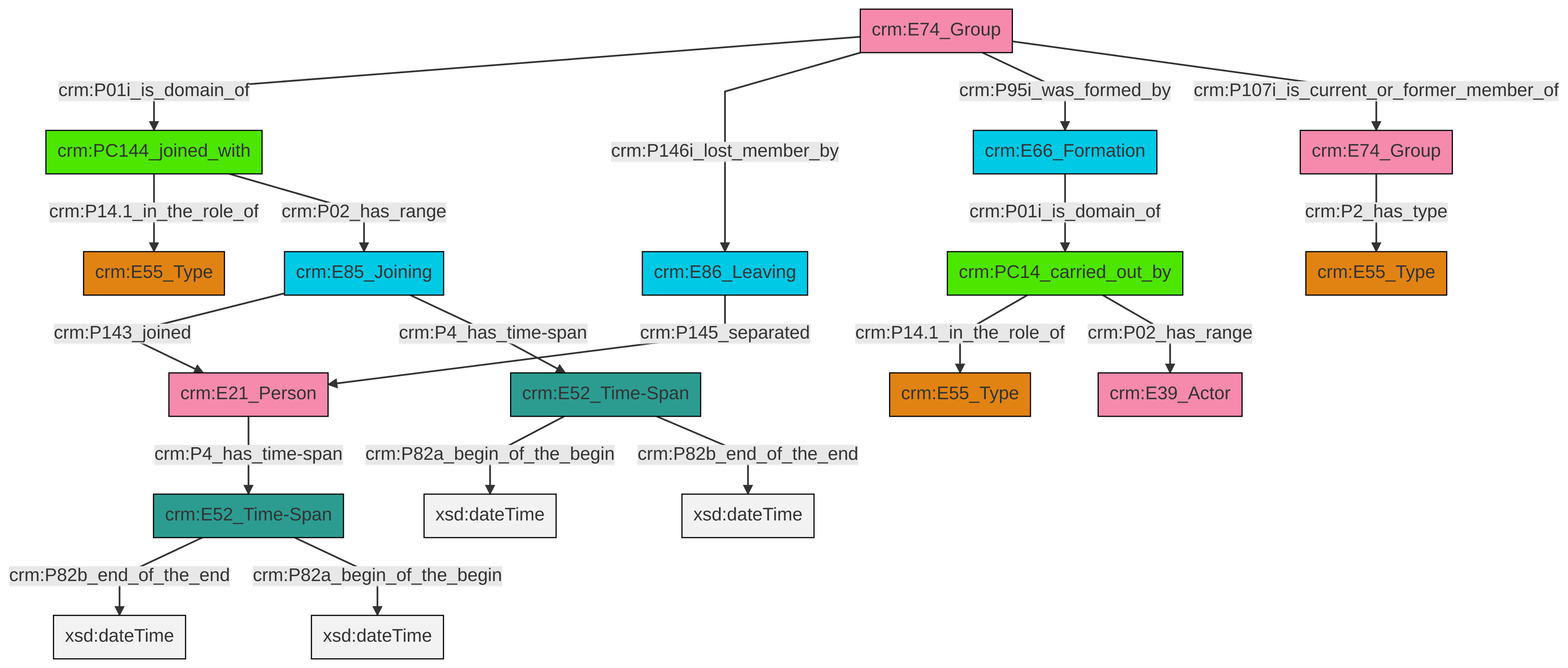
The Mermaid diagram et/groupCSV/ttl/mmd/png/group_actor_relations.png in swiss-art-research-net/reference-data-models, before a commit. Its source is kept beside it as et/groupCSV/ttl/mmd/group_actor_relations.ttl.mmd.
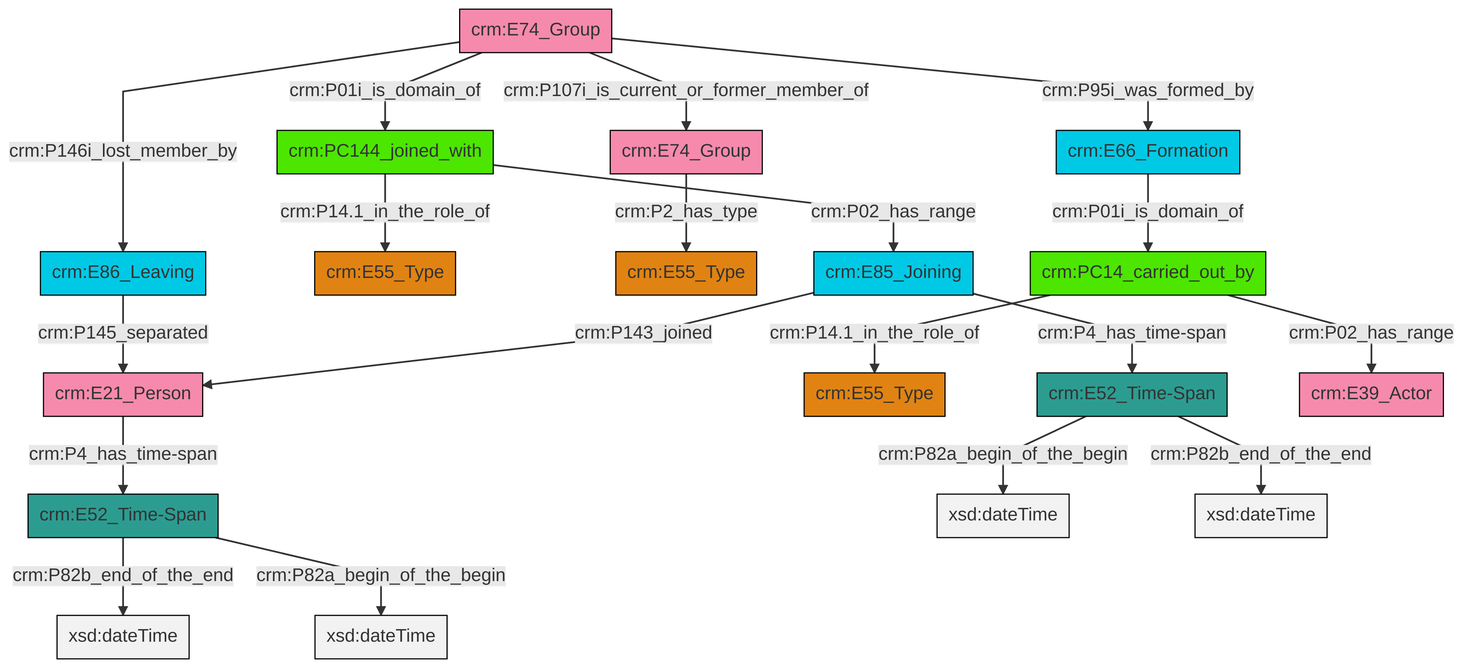
After the commit.

The edit, as a diff of the source:
```diff
@@ -13,21 +13,21 @@
 classDef PC_Classes fill:#4ce600, stroke:#000000;
 classDef Multi fill:#cccccc,stroke:#000000;
 
-0["crm:E74_Group"]:::Actor -->|crm:P01i_is_domain_of| 1["crm:PC144_joined_with"]:::PC_Classes
-4["crm:E85_Joining"]:::Temporal_Entity -->|crm:P143_joined| 5["crm:E21_Person"]:::Actor
-7["crm:PC14_carried_out_by"]:::PC_Classes -->|crm:P14.1_in_the_role_of| 8["crm:E55_Type"]:::Type
-7["crm:PC14_carried_out_by"]:::PC_Classes -->|crm:P02_has_range| 10["crm:E39_Actor"]:::Actor
-11["crm:E52_Time-Span"]:::Time-Span -->|crm:P82a_begin_of_the_begin| 12[xsd:dateTime]:::Literal
-4["crm:E85_Joining"]:::Temporal_Entity -->|crm:P4_has_time-span| 11["crm:E52_Time-Span"]:::Time-Span
-1["crm:PC144_joined_with"]:::PC_Classes -->|crm:P14.1_in_the_role_of| 14["crm:E55_Type"]:::Type
-2["crm:E66_Formation"]:::Temporal_Entity -->|crm:P01i_is_domain_of| 7["crm:PC14_carried_out_by"]:::PC_Classes
-11["crm:E52_Time-Span"]:::Time-Span -->|crm:P82b_end_of_the_end| 18[xsd:dateTime]:::Literal
-16["crm:E52_Time-Span"]:::Time-Span -->|crm:P82b_end_of_the_end| 19[xsd:dateTime]:::Literal
-20["crm:E74_Group"]:::Actor -->|crm:P2_has_type| 21["crm:E55_Type"]:::Type
-24["crm:E86_Leaving"]:::Temporal_Entity -->|crm:P145_separated| 5["crm:E21_Person"]:::Actor
-0["crm:E74_Group"]:::Actor -->|crm:P146i_lost_member_by| 24["crm:E86_Leaving"]:::Temporal_Entity
-16["crm:E52_Time-Span"]:::Time-Span -->|crm:P82a_begin_of_the_begin| 26[xsd:dateTime]:::Literal
-0["crm:E74_Group"]:::Actor -->|crm:P95i_was_formed_by| 2["crm:E66_Formation"]:::Temporal_Entity
-0["crm:E74_Group"]:::Actor -->|crm:P107i_is_current_or_former_member_of| 20["crm:E74_Group"]:::Actor
-5["crm:E21_Person"]:::Actor -->|crm:P4_has_time-span| 16["crm:E52_Time-Span"]:::Time-Span
-1["crm:PC144_joined_with"]:::PC_Classes -->|crm:P02_has_range| 4["crm:E85_Joining"]:::Temporal_Entity
+0["crm:E52_Time-Span"]:::Time-Span -->|crm:P82b_end_of_the_end| 1[xsd:dateTime]:::Literal
+2["crm:PC144_joined_with"]:::PC_Classes -->|crm:P02_has_range| 3["crm:E85_Joining"]:::Temporal_Entity
+2["crm:PC144_joined_with"]:::PC_Classes -->|crm:P14.1_in_the_role_of| 4["crm:E55_Type"]:::Type
+5["crm:E74_Group"]:::Actor -->|crm:P2_has_type| 6["crm:E55_Type"]:::Type
+7["crm:E52_Time-Span"]:::Time-Span -->|crm:P82a_begin_of_the_begin| 8[xsd:dateTime]:::Literal
+12["crm:E66_Formation"]:::Temporal_Entity -->|crm:P01i_is_domain_of| 19["crm:PC14_carried_out_by"]:::PC_Classes
+0["crm:E52_Time-Span"]:::Time-Span -->|crm:P82a_begin_of_the_begin| 20[xsd:dateTime]:::Literal
+3["crm:E85_Joining"]:::Temporal_Entity -->|crm:P4_has_time-span| 7["crm:E52_Time-Span"]:::Time-Span
+15["crm:E86_Leaving"]:::Temporal_Entity -->|crm:P145_separated| 22["crm:E21_Person"]:::Actor
+23["crm:E74_Group"]:::Actor -->|crm:P146i_lost_member_by| 15["crm:E86_Leaving"]:::Temporal_Entity
+19["crm:PC14_carried_out_by"]:::PC_Classes -->|crm:P14.1_in_the_role_of| 9["crm:E55_Type"]:::Type
+22["crm:E21_Person"]:::Actor -->|crm:P4_has_time-span| 0["crm:E52_Time-Span"]:::Time-Span
+3["crm:E85_Joining"]:::Temporal_Entity -->|crm:P143_joined| 22["crm:E21_Person"]:::Actor
+23["crm:E74_Group"]:::Actor -->|crm:P95i_was_formed_by| 12["crm:E66_Formation"]:::Temporal_Entity
+7["crm:E52_Time-Span"]:::Time-Span -->|crm:P82b_end_of_the_end| 29[xsd:dateTime]:::Literal
+23["crm:E74_Group"]:::Actor -->|crm:P107i_is_current_or_former_member_of| 5["crm:E74_Group"]:::Actor
+23["crm:E74_Group"]:::Actor -->|crm:P01i_is_domain_of| 2["crm:PC144_joined_with"]:::PC_Classes
+19["crm:PC14_carried_out_by"]:::PC_Classes -->|crm:P02_has_range| 24["crm:E39_Actor"]:::Actor
```
